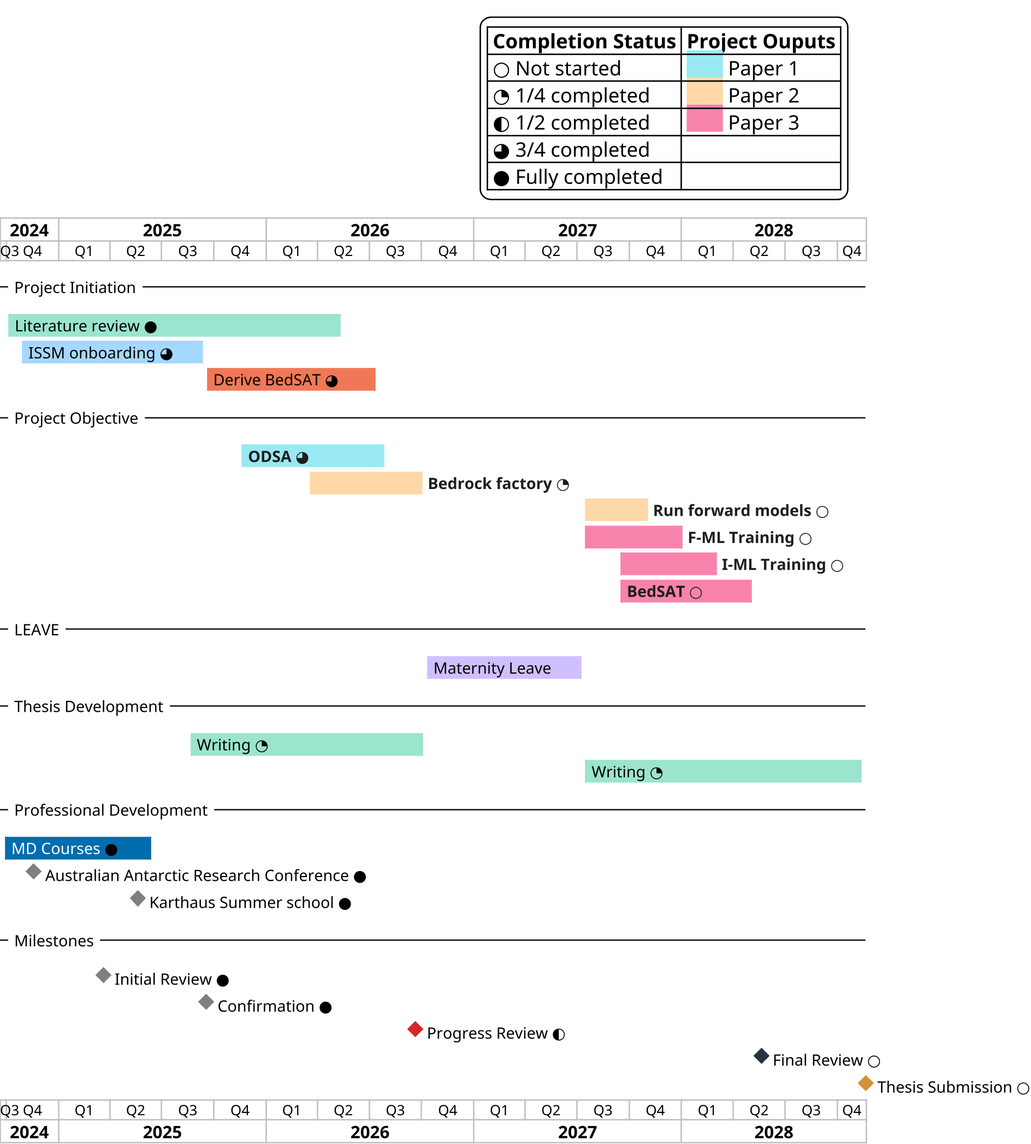
Earlier version of the PlantUML export write/mls2/figures/timeline.png (anabanami/BEDSAT).
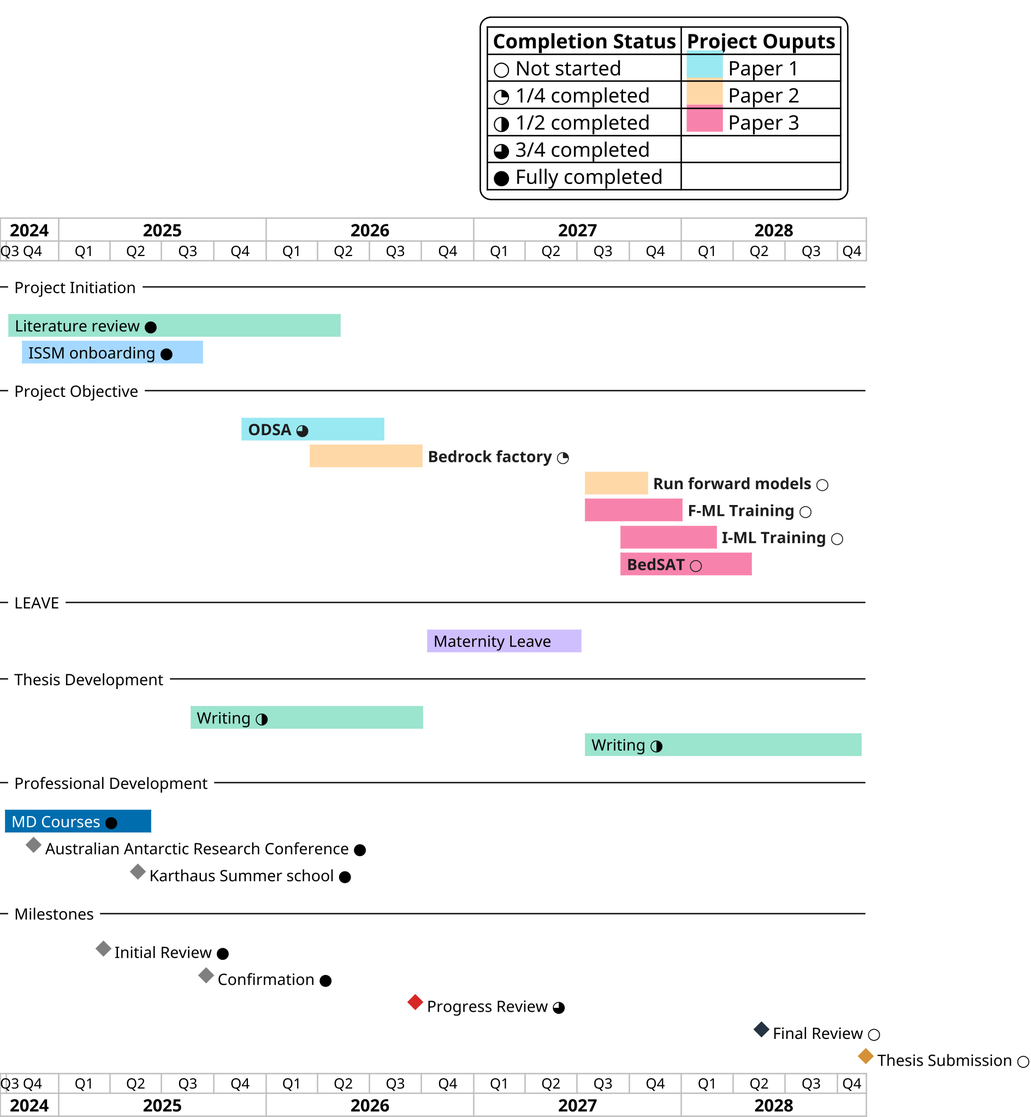
The same file after the commit.

Change to the diagram source:
```diff
@@ -8,7 +8,7 @@
 |= **Completion Status** |= **Project Ouputs** |
 | ○ Not started | <back:#99e9f2>       </back> Paper 1 |
 | ◔ 1/4 completed | <back:#ffd8a8>       </back> Paper 2 |
-| ◐ 1/2 completed | <back:#f783ac>       </back> Paper 3 |
+| ◑ 1/2 completed | <back:#f783ac>       </back> Paper 3 |
 | ◕ 3/4 completed |
 | ● Fully completed |
 end legend
@@ -16,10 +16,8 @@
 -- Project Initiation --
 [Literature review ●] as [LR] starts 2024-10-01 and ends 2026-05-15
 [LR] is colored in #9be4ce
-[ISSM onboarding ◕] as [ISO] starts 2024-10-25 and ends 2025-09-15
+[ISSM onboarding ●] as [ISO] starts 2024-10-25 and ends 2025-09-15
 [ISO] is colored in #a5d8ff
-[Derive BedSAT ◕] as [DBM] starts 2025-09-15 and ends 2026-07-15
-[DBM] is colored in #f07857
 
 -- Project Objective --
 [<font color="#1e1e1e">**ODSA** ◕</font>] as [ODSA] starts 2025-11-15 and ends 2026-07-30
@@ -46,8 +44,8 @@
 
 
 -- Thesis Development --
-[Writing ◔] as [W1] starts 2025-08-17 and ends 2026-10-07 and is colored in #9be4ce
-[Writing ◔] as [W2] starts 2027-07-12 and ends 2028-11-15 and is colored in #9be4ce
+[Writing ◑] as [W1] starts 2025-08-17 and ends 2026-10-07 and is colored in #9be4ce
+[Writing ◑] as [W2] starts 2027-07-12 and ends 2028-11-15 and is colored in #9be4ce
 
 -- Professional Development --
 [<font color="#FFFFFF">MD Courses</font> ●] as [MDC] starts 2024-09-25 and ends 2025-06-15
@@ -62,7 +60,7 @@
 [IR] is colored in #7f7f7f
 [Confirmation ●] as [C] happens 2025-09-17
 [C] is colored in #7f7f7f
-[Progress Review ◐] as [PR] happens 2026-09-20
+[Progress Review ◕] as [PR] happens 2026-09-20
 [PR] is colored in #d62728
 [Final Review ○] as [FR] happens 2028-05-20
 [FR] is colored in #253342
```
